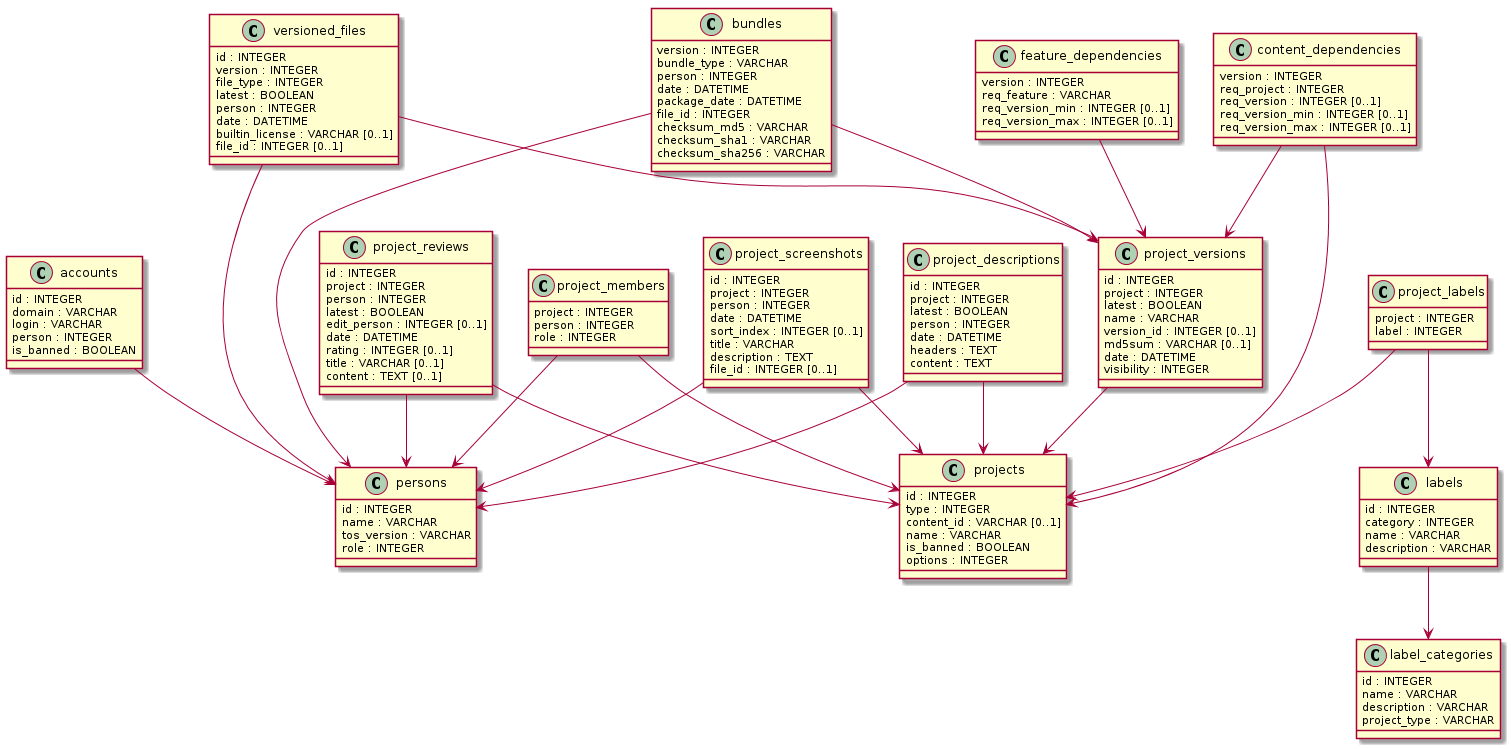
Earlier version of the PlantUML export docs/tables.png (frosch123/bananas2).
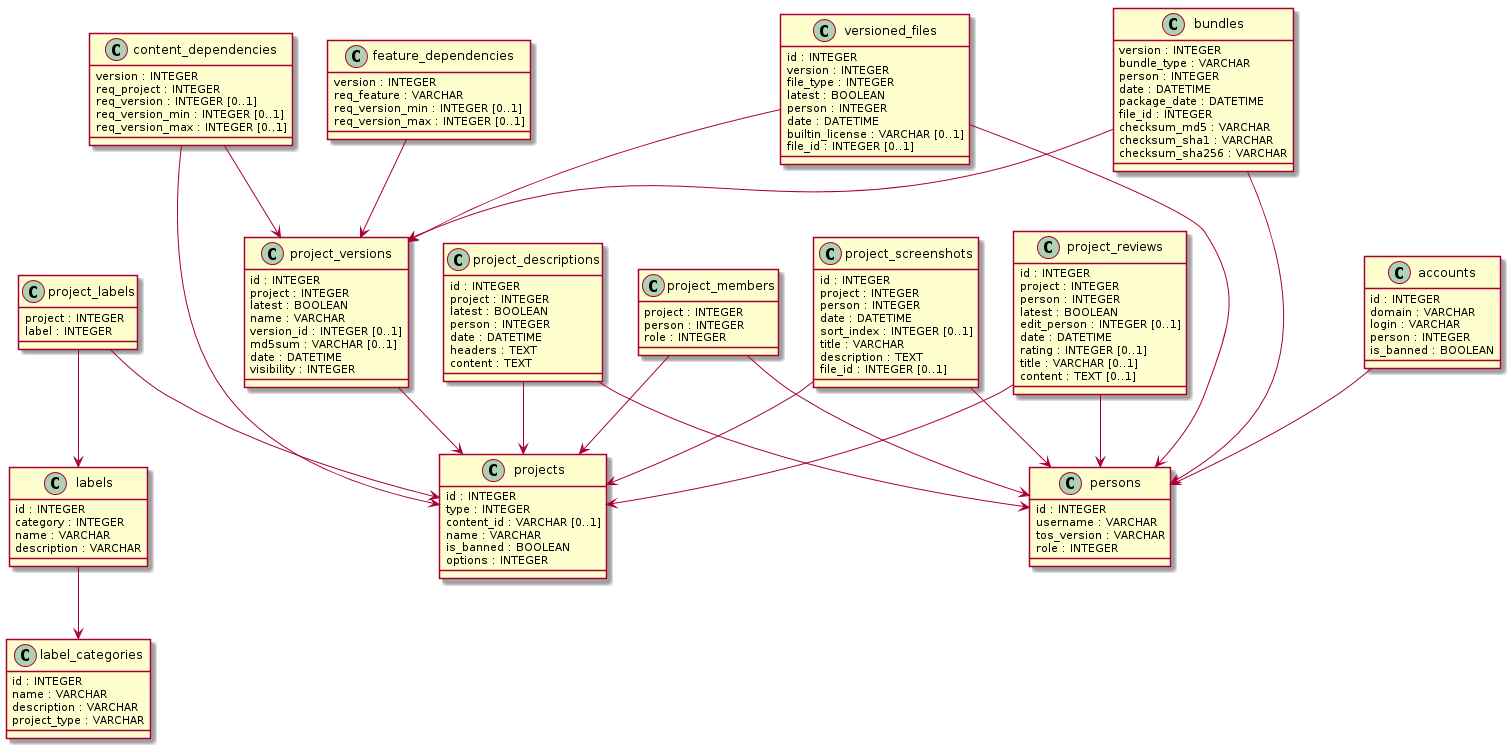
The same diagram one commit later.

Commit message:
Change: Rename Person.name to username, PENDING to DRAFT.

What changed in the source:
```diff
@@ -1,9 +1,60 @@
 @startuml
-class persons {
+class labels {
+  id : INTEGER
+  category : INTEGER
+  name : VARCHAR
+  description : VARCHAR
+}
+labels --> label_categories
+class project_descriptions {
+  id : INTEGER
+  project : INTEGER
+  latest : BOOLEAN
+  person : INTEGER
+  date : DATETIME
+  headers : TEXT
+  content : TEXT
+}
+project_descriptions --> projects
+project_descriptions --> persons
+class project_labels {
+  project : INTEGER
+  label : INTEGER
+}
+project_labels --> labels
+project_labels --> projects
+class project_members {
+  project : INTEGER
+  person : INTEGER
+  role : INTEGER
+}
+project_members --> projects
+project_members --> persons
+class label_categories {
   id : INTEGER
   name : VARCHAR
-  tos_version : VARCHAR
-  role : INTEGER
+  description : VARCHAR
+  project_type : VARCHAR
+}
+class project_screenshots {
+  id : INTEGER
+  project : INTEGER
+  person : INTEGER
+  date : DATETIME
+  sort_index : INTEGER [0..1]
+  title : VARCHAR
+  description : TEXT
+  file_id : INTEGER [0..1]
+}
+project_screenshots --> projects
+project_screenshots --> persons
+class projects {
+  id : INTEGER
+  type : INTEGER
+  content_id : VARCHAR [0..1]
+  name : VARCHAR
+  is_banned : BOOLEAN
+  options : INTEGER
 }
 class project_reviews {
   id : INTEGER
@@ -16,34 +67,8 @@
   title : VARCHAR [0..1]
   content : TEXT [0..1]
 }
+project_reviews --> projects
 project_reviews --> persons
-project_reviews --> projects
-class project_versions {
-  id : INTEGER
-  project : INTEGER
-  latest : BOOLEAN
-  name : VARCHAR
-  version_id : INTEGER [0..1]
-  md5sum : VARCHAR [0..1]
-  date : DATETIME
-  visibility : INTEGER
-}
-project_versions --> projects
-class labels {
-  id : INTEGER
-  category : INTEGER
-  name : VARCHAR
-  description : VARCHAR
-}
-labels --> label_categories
-class accounts {
-  id : INTEGER
-  domain : VARCHAR
-  login : VARCHAR
-  person : INTEGER
-  is_banned : BOOLEAN
-}
-accounts --> persons
 class versioned_files {
   id : INTEGER
   version : INTEGER
@@ -56,19 +81,6 @@
 }
 versioned_files --> persons
 versioned_files --> project_versions
-class project_members {
-  project : INTEGER
-  person : INTEGER
-  role : INTEGER
-}
-project_members --> persons
-project_members --> projects
-class label_categories {
-  id : INTEGER
-  name : VARCHAR
-  description : VARCHAR
-  project_type : VARCHAR
-}
 class bundles {
   version : INTEGER
   bundle_type : VARCHAR
@@ -82,32 +94,21 @@
 }
 bundles --> persons
 bundles --> project_versions
-class projects {
+class accounts {
   id : INTEGER
-  type : INTEGER
-  content_id : VARCHAR [0..1]
-  name : VARCHAR
+  domain : VARCHAR
+  login : VARCHAR
+  person : INTEGER
   is_banned : BOOLEAN
-  options : INTEGER
 }
-class project_labels {
-  project : INTEGER
-  label : INTEGER
+accounts --> persons
+class feature_dependencies {
+  version : INTEGER
+  req_feature : VARCHAR
+  req_version_min : INTEGER [0..1]
+  req_version_max : INTEGER [0..1]
 }
-project_labels --> labels
-project_labels --> projects
-class project_screenshots {
-  id : INTEGER
-  project : INTEGER
-  person : INTEGER
-  date : DATETIME
-  sort_index : INTEGER [0..1]
-  title : VARCHAR
-  description : TEXT
-  file_id : INTEGER [0..1]
-}
-project_screenshots --> persons
-project_screenshots --> projects
+feature_dependencies --> project_versions
 class content_dependencies {
   version : INTEGER
   req_project : INTEGER
@@ -117,22 +118,21 @@
 }
 content_dependencies --> projects
 content_dependencies --> project_versions
-class feature_dependencies {
-  version : INTEGER
-  req_feature : VARCHAR
-  req_version_min : INTEGER [0..1]
-  req_version_max : INTEGER [0..1]
+class persons {
+  id : INTEGER
+  username : VARCHAR
+  tos_version : VARCHAR
+  role : INTEGER
 }
-feature_dependencies --> project_versions
-class project_descriptions {
+class project_versions {
   id : INTEGER
   project : INTEGER
   latest : BOOLEAN
-  person : INTEGER
+  name : VARCHAR
+  version_id : INTEGER [0..1]
+  md5sum : VARCHAR [0..1]
   date : DATETIME
-  headers : TEXT
-  content : TEXT
+  visibility : INTEGER
 }
-project_descriptions --> persons
-project_descriptions --> projects
+project_versions --> projects
 @enduml
```
